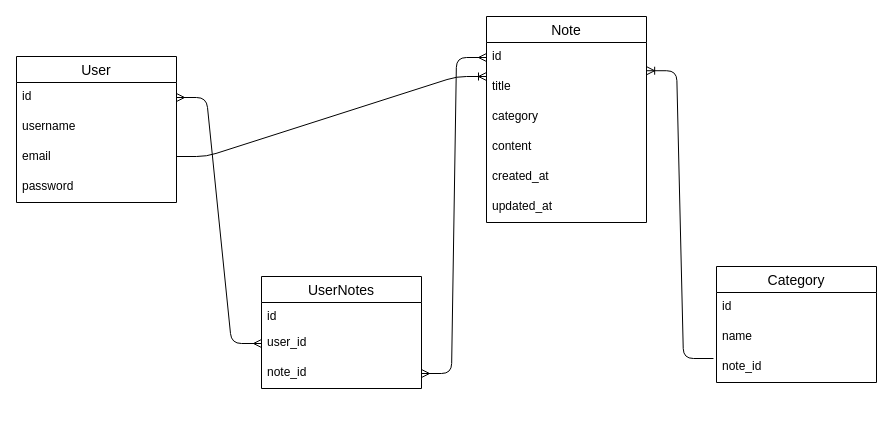
Before: domain.drawio in joanne-ndirangu/notes-app, a draw.io diagram. Source tidied: cells renumbered, new cells numbered last; positions are measured from the earlier drawing's top-left corner, leaving out a move shared by most shapes. Both pictures are drawn from the tidied source at 100%, with x=0, y=0 at pixel (16, 16).
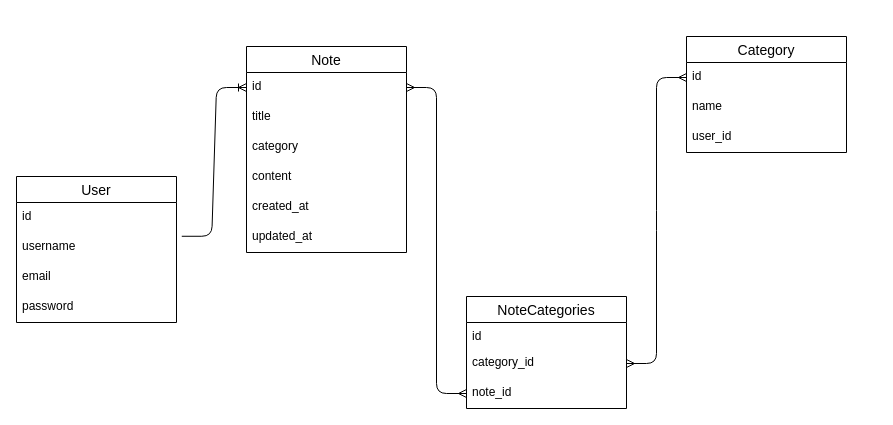
After the change.

Unchanged cells that the change refers to:
```xml
<mxCell id="3" value="id" style="text;strokeColor=none;fillColor=none;spacingLeft=4;spacingRight=4;overflow=hidden;points=[[0,0.5],[1,0.5]];portConstraint=eastwest;fontSize=12;" parent="2" vertex="1">
  <mxGeometry y="26" width="160" height="30" as="geometry" />
</mxCell>
<mxCell id="4" value="username" style="text;strokeColor=none;fillColor=none;spacingLeft=4;spacingRight=4;overflow=hidden;points=[[0,0.5],[1,0.5]];portConstraint=eastwest;fontSize=12;" parent="2" vertex="1">
  <mxGeometry y="56" width="160" height="30" as="geometry" />
</mxCell>
<mxCell id="10" value="note_id" style="text;strokeColor=none;fillColor=none;spacingLeft=4;spacingRight=4;overflow=hidden;points=[[0,0.5],[1,0.5]];portConstraint=eastwest;fontSize=12;" parent="7" vertex="1">
  <mxGeometry y="82" width="160" height="30" as="geometry" />
</mxCell>
<mxCell id="12" value="id" style="text;strokeColor=none;fillColor=none;spacingLeft=4;spacingRight=4;overflow=hidden;points=[[0,0.5],[1,0.5]];portConstraint=eastwest;fontSize=12;" parent="11" vertex="1">
  <mxGeometry y="26" width="160" height="30" as="geometry" />
</mxCell>
<mxCell id="13" value="title" style="text;strokeColor=none;fillColor=none;spacingLeft=4;spacingRight=4;overflow=hidden;points=[[0,0.5],[1,0.5]];portConstraint=eastwest;fontSize=12;" parent="11" vertex="1">
  <mxGeometry y="56" width="160" height="30" as="geometry" />
</mxCell>
<mxCell id="20" value="id" style="text;strokeColor=none;fillColor=none;spacingLeft=4;spacingRight=4;overflow=hidden;points=[[0,0.5],[1,0.5]];portConstraint=eastwest;fontSize=12;" parent="19" vertex="1">
  <mxGeometry y="26" width="160" height="30" as="geometry" />
</mxCell>
```

Change to the diagram source:
```diff
@@
     <mxCell id="2" value="User" style="swimlane;fontStyle=0;horizontal=1;startSize=26;align=center;fontSize=14;" parent="1" vertex="1">
-      <mxGeometry y="40" width="160" height="146" as="geometry" />
+      <mxGeometry y="160" width="160" height="146" as="geometry" />
     </mxCell>
@@
-    <mxCell id="7" value="UserNotes" style="swimlane;fontStyle=0;horizontal=1;startSize=26;align=center;fontSize=14;" parent="1" vertex="1">
-      <mxGeometry x="245" y="260" width="160" height="112" as="geometry" />
+    <mxCell id="7" value="NoteCategories" style="swimlane;fontStyle=0;horizontal=1;startSize=26;align=center;fontSize=14;" parent="1" vertex="1">
+      <mxGeometry x="450" y="280" width="160" height="112" as="geometry" />
     </mxCell>
@@
-    <mxCell id="9" value="user_id" style="text;strokeColor=none;fillColor=none;spacingLeft=4;spacingRight=4;overflow=hidden;points=[[0,0.5],[1,0.5]];portConstraint=eastwest;fontSize=12;" parent="7" vertex="1">
+    <mxCell id="9" value="category_id" style="text;strokeColor=none;fillColor=none;spacingLeft=4;spacingRight=4;overflow=hidden;points=[[0,0.5],[1,0.5]];portConstraint=eastwest;fontSize=12;" parent="7" vertex="1">
       <mxGeometry y="52" width="160" height="30" as="geometry" />
     </mxCell>
@@
     <mxCell id="11" value="Note" style="swimlane;fontStyle=0;horizontal=1;startSize=26;align=center;fontSize=14;" parent="1" vertex="1">
-      <mxGeometry x="470" width="160" height="206" as="geometry" />
+      <mxGeometry x="230" y="30" width="160" height="206" as="geometry" />
     </mxCell>
@@
-    <mxCell id="18" style="edgeStyle=entityRelationEdgeStyle;fontSize=12;html=1;endArrow=ERoneToMany;" parent="1" edge="1">
-      <mxGeometry relative="1" as="geometry">
-        <mxPoint x="160" y="140" as="sourcePoint" />
-        <mxPoint x="470" y="60" as="targetPoint" />
-      </mxGeometry>
+    <mxCell id="18" style="edgeStyle=entityRelationEdgeStyle;fontSize=12;html=1;endArrow=ERoneToMany;entryX=0;entryY=0.5;entryDx=0;entryDy=0;exitX=1.033;exitY=0.126;exitDx=0;exitDy=0;exitPerimeter=0;" parent="1" edge="1" source="4" target="12">
+      <mxGeometry relative="1" as="geometry" />
     </mxCell>
     <mxCell id="19" value="Category" style="swimlane;fontStyle=0;horizontal=1;startSize=26;align=center;fontSize=14;" parent="1" vertex="1">
-      <mxGeometry x="700" y="250" width="160" height="116" as="geometry" />
+      <mxGeometry x="670" y="20" width="160" height="116" as="geometry" />
     </mxCell>
@@
-    <mxCell id="22" value="note_id" style="text;strokeColor=none;fillColor=none;spacingLeft=4;spacingRight=4;overflow=hidden;points=[[0,0.5],[1,0.5]];portConstraint=eastwest;fontSize=12;" parent="19" vertex="1">
+    <mxCell id="22" value="user_id" style="text;strokeColor=none;fillColor=none;spacingLeft=4;spacingRight=4;overflow=hidden;points=[[0,0.5],[1,0.5]];portConstraint=eastwest;fontSize=12;" parent="19" vertex="1">
       <mxGeometry y="86" width="160" height="30" as="geometry" />
     </mxCell>
-    <mxCell id="23" style="edgeStyle=entityRelationEdgeStyle;fontSize=12;html=1;endArrow=ERmany;startArrow=ERmany;entryX=1;entryY=0.5;entryDx=0;entryDy=0;exitX=0;exitY=0.5;exitDx=0;exitDy=0;" parent="1" edge="1" source="9" target="3">
-      <mxGeometry relative="1" as="geometry" />
-    </mxCell>
+    <mxCell id="26" style="edgeStyle=entityRelationEdgeStyle;fontSize=12;html=1;endArrow=ERmany;startArrow=ERmany;entryX=0;entryY=0.5;entryDx=0;entryDy=0;exitX=1;exitY=0.5;exitDx=0;exitDy=0;" parent="1" edge="1" source="9" target="20">
+      <mxGeometry relative="1" as="geometry" />
+    </mxCell>
-    <mxCell id="24" style="edgeStyle=entityRelationEdgeStyle;fontSize=12;html=1;endArrow=ERmany;startArrow=ERmany;entryX=0;entryY=0.5;entryDx=0;entryDy=0;" parent="1" edge="1" source="10" target="12">
+    <mxCell id="24" style="edgeStyle=entityRelationEdgeStyle;fontSize=12;html=1;endArrow=ERmany;startArrow=ERmany;entryX=1;entryY=0.5;entryDx=0;entryDy=0;exitX=0;exitY=0.5;exitDx=0;exitDy=0;" parent="1" edge="1" source="10" target="12">
       <mxGeometry relative="1" as="geometry" />
     </mxCell>
-    <mxCell id="25" style="edgeStyle=entityRelationEdgeStyle;fontSize=12;html=1;endArrow=ERoneToMany;exitX=-0.019;exitY=0.2;exitDx=0;exitDy=0;exitPerimeter=0;entryX=1.001;entryY=-0.059;entryDx=0;entryDy=0;entryPerimeter=0;" parent="1" edge="1" source="22" target="13">
-      <mxGeometry relative="1" as="geometry" />
-    </mxCell>
```
